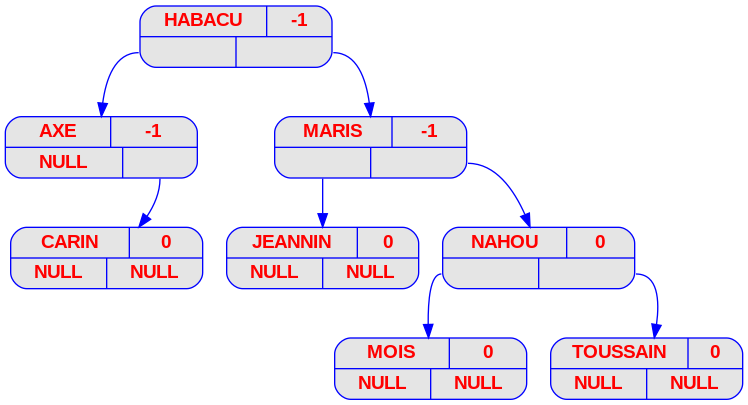
Above: ex1/img/png/prenoms_v07.png in danilorodrigues128/FilRougeAAP (Graphviz), before the change. Its source is kept beside it as ex1/img/dot/prenoms_v07.dot. Its diagram source:
```dot
digraph prenoms {
	node [
		fontname  = "Arial bold"
		fontsize  = "14"
		fontcolor = "red"
		style     = "rounded, filled"
		shape     = "record"
		fillcolor = "grey90"
		color     = "blue"
		width     = "2"
	]

	edge [
		color     = "blue"
	]

	HABACU [label = "{{<c> HABACU | <b> -1} | { <g> | <d>}}"];
	HABACU:g -> AXE;
	AXE [label = "{{<c> AXE | <b> -1} | { <g> | <d>}}"];
	AXE [label = "{{<c> AXE | <b> -1} | { <g> NULL | <d> }}"];
	AXE:d -> CARIN;
	CARIN [label = "{{<c> CARIN | <b> 0} | { <g> | <d>}}"];
	CARIN [label = "{{<c> CARIN | <b> 0} | { <g> NULL | <d> NULL}}"];
	HABACU:d -> MARIS;
	MARIS [label = "{{<c> MARIS | <b> -1} | { <g> | <d>}}"];
	MARIS:g -> JEANNIN;
	JEANNIN [label = "{{<c> JEANNIN | <b> 0} | { <g> | <d>}}"];
	JEANNIN [label = "{{<c> JEANNIN | <b> 0} | { <g> NULL | <d> NULL}}"];
	MARIS:d -> NAHOU;
	NAHOU [label = "{{<c> NAHOU | <b> 0} | { <g> | <d>}}"];
	NAHOU:g -> MOIS;
	MOIS [label = "{{<c> MOIS | <b> 0} | { <g> | <d>}}"];
	MOIS [label = "{{<c> MOIS | <b> 0} | { <g> NULL | <d> NULL}}"];
	NAHOU:d -> TOUSSAIN;
	TOUSSAIN [label = "{{<c> TOUSSAIN | <b> 0} | { <g> | <d>}}"];
	TOUSSAIN [label = "{{<c> TOUSSAIN | <b> 0} | { <g> NULL | <d> NULL}}"];
}
```
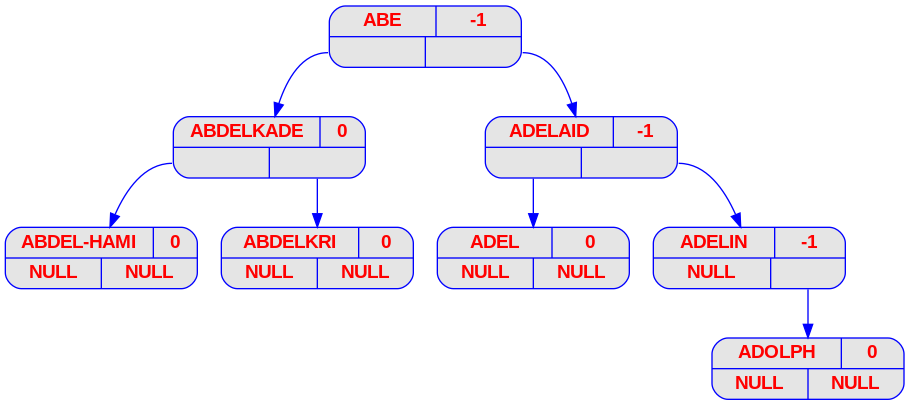
Later version of the same file.

Diff of the diagram source:
```diff
@@ -14,24 +14,24 @@
 		color     = "blue"
 	]
 
-	HABACU [label = "{{<c> HABACU | <b> -1} | { <g> | <d>}}"];
-	HABACU:g -> AXE;
-	AXE [label = "{{<c> AXE | <b> -1} | { <g> | <d>}}"];
-	AXE [label = "{{<c> AXE | <b> -1} | { <g> NULL | <d> }}"];
-	AXE:d -> CARIN;
-	CARIN [label = "{{<c> CARIN | <b> 0} | { <g> | <d>}}"];
-	CARIN [label = "{{<c> CARIN | <b> 0} | { <g> NULL | <d> NULL}}"];
-	HABACU:d -> MARIS;
-	MARIS [label = "{{<c> MARIS | <b> -1} | { <g> | <d>}}"];
-	MARIS:g -> JEANNIN;
-	JEANNIN [label = "{{<c> JEANNIN | <b> 0} | { <g> | <d>}}"];
-	JEANNIN [label = "{{<c> JEANNIN | <b> 0} | { <g> NULL | <d> NULL}}"];
-	MARIS:d -> NAHOU;
-	NAHOU [label = "{{<c> NAHOU | <b> 0} | { <g> | <d>}}"];
-	NAHOU:g -> MOIS;
-	MOIS [label = "{{<c> MOIS | <b> 0} | { <g> | <d>}}"];
-	MOIS [label = "{{<c> MOIS | <b> 0} | { <g> NULL | <d> NULL}}"];
-	NAHOU:d -> TOUSSAIN;
-	TOUSSAIN [label = "{{<c> TOUSSAIN | <b> 0} | { <g> | <d>}}"];
-	TOUSSAIN [label = "{{<c> TOUSSAIN | <b> 0} | { <g> NULL | <d> NULL}}"];
+	"ABE" [label = "{{<c> ABE | <b> -1} | { <g> | <d>}}"];
+	"ABE":g -> "ABDELKADE";
+	"ABDELKADE" [label = "{{<c> ABDELKADE | <b> 0} | { <g> | <d>}}"];
+	"ABDELKADE":g -> "ABDEL-HAMI";
+	"ABDEL-HAMI" [label = "{{<c> ABDEL-HAMI | <b> 0} | { <g> | <d>}}"];
+	"ABDEL-HAMI" [label = "{{<c> ABDEL-HAMI | <b> 0} | { <g> NULL | <d> NULL}}"];
+	"ABDELKADE":d -> "ABDELKRI";
+	"ABDELKRI" [label = "{{<c> ABDELKRI | <b> 0} | { <g> | <d>}}"];
+	"ABDELKRI" [label = "{{<c> ABDELKRI | <b> 0} | { <g> NULL | <d> NULL}}"];
+	"ABE":d -> "ADELAID";
+	"ADELAID" [label = "{{<c> ADELAID | <b> -1} | { <g> | <d>}}"];
+	"ADELAID":g -> "ADEL";
+	"ADEL" [label = "{{<c> ADEL | <b> 0} | { <g> | <d>}}"];
+	"ADEL" [label = "{{<c> ADEL | <b> 0} | { <g> NULL | <d> NULL}}"];
+	"ADELAID":d -> "ADELIN";
+	"ADELIN" [label = "{{<c> ADELIN | <b> -1} | { <g> | <d>}}"];
+	"ADELIN" [label = "{{<c> ADELIN | <b> -1} | { <g> NULL | <d> }}"];
+	"ADELIN":d -> "ADOLPH";
+	"ADOLPH" [label = "{{<c> ADOLPH | <b> 0} | { <g> | <d>}}"];
+	"ADOLPH" [label = "{{<c> ADOLPH | <b> 0} | { <g> NULL | <d> NULL}}"];
 }
```
